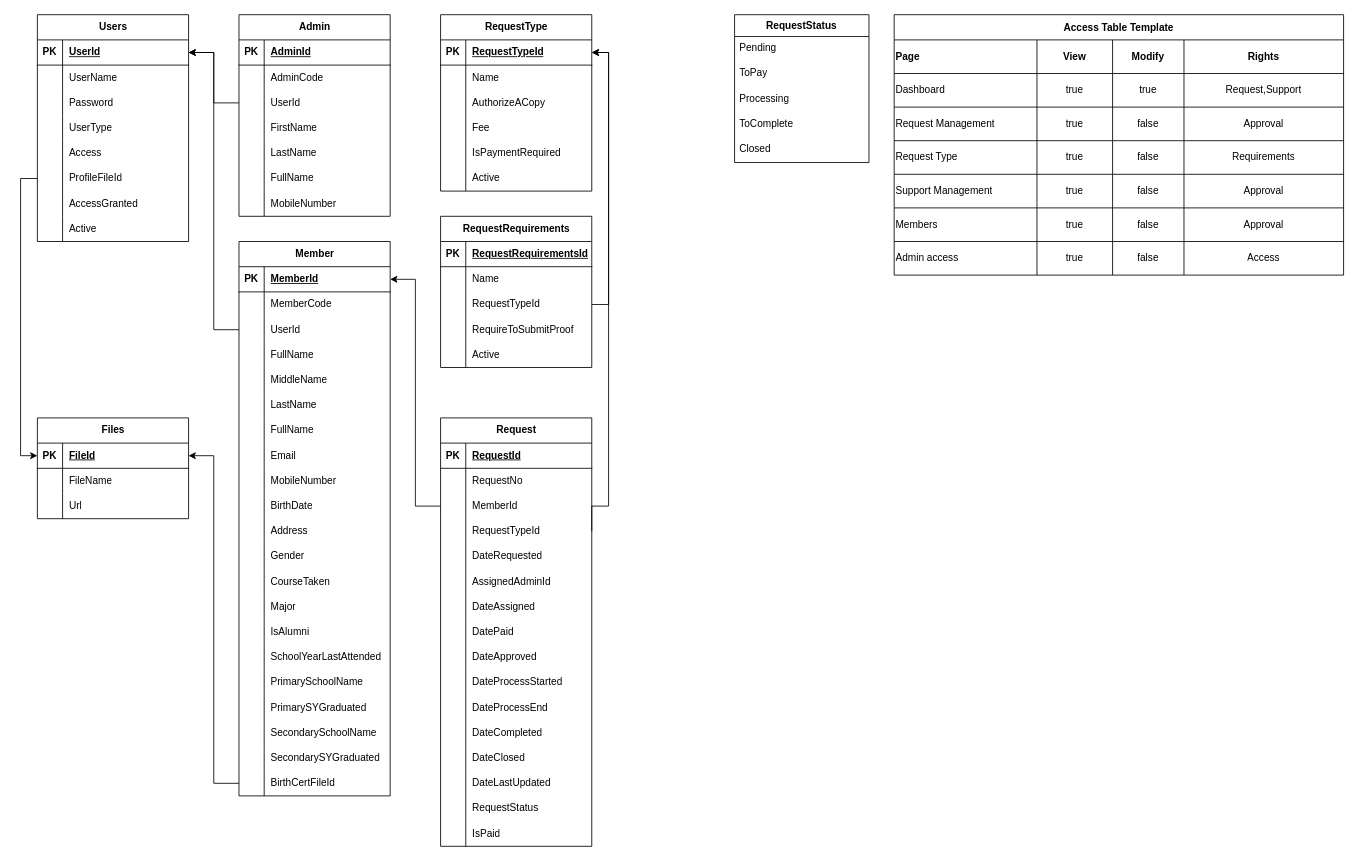
The draw.io diagram db/diagram.drawio in erwin-io/kioskregistrar, before the edit. Source tidied: cells renumbered, new cells numbered last; positions are measured from the earlier drawing's top-left corner, leaving out a move shared by most shapes. Both pictures are drawn from the tidied source at 84%, with x=0, y=0 at pixel (20, 14).
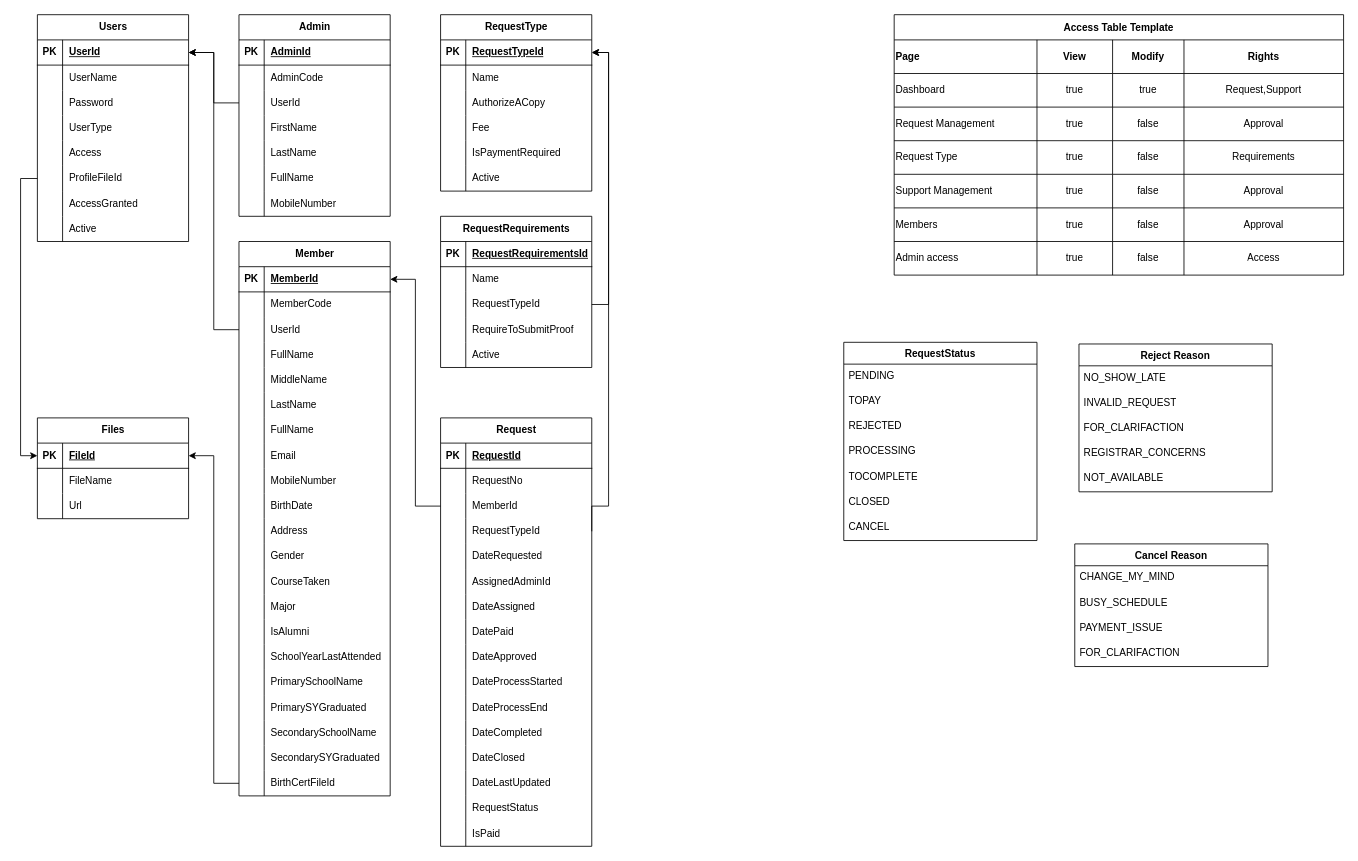
The same diagram, later.

What changed in the source:
```diff
@@
-    <mxCell id="212" value="RequestStatus" style="swimlane;fontStyle=1;horizontal=1;startSize=26;align=center;fontSize=12;" parent="1" vertex="1">
-      <mxGeometry x="850" width="160" height="176" as="geometry" />
-    </mxCell>
-    <mxCell id="213" value="Pending" style="text;strokeColor=none;fillColor=none;spacingLeft=4;spacingRight=4;overflow=hidden;fontSize=12;whiteSpace=wrap;html=1;" parent="212" vertex="1">
-      <mxGeometry y="26" width="160" height="30" as="geometry" />
-    </mxCell>
-    <mxCell id="214" value="ToPay" style="text;strokeColor=none;fillColor=none;spacingLeft=4;spacingRight=4;overflow=hidden;fontSize=12;whiteSpace=wrap;html=1;" parent="212" vertex="1">
-      <mxGeometry y="56" width="160" height="30" as="geometry" />
-    </mxCell>
-    <mxCell id="215" value="Processing" style="text;strokeColor=none;fillColor=none;spacingLeft=4;spacingRight=4;overflow=hidden;fontSize=12;whiteSpace=wrap;html=1;" parent="212" vertex="1">
-      <mxGeometry y="86" width="160" height="30" as="geometry" />
-    </mxCell>
-    <mxCell id="216" value="ToComplete" style="text;strokeColor=none;fillColor=none;spacingLeft=4;spacingRight=4;overflow=hidden;fontSize=12;whiteSpace=wrap;html=1;" parent="212" vertex="1">
-      <mxGeometry y="116" width="160" height="30" as="geometry" />
-    </mxCell>
-    <mxCell id="217" value="Closed" style="text;strokeColor=none;fillColor=none;spacingLeft=4;spacingRight=4;overflow=hidden;fontSize=12;whiteSpace=wrap;html=1;" parent="212" vertex="1">
-      <mxGeometry y="146" width="160" height="30" as="geometry" />
-    </mxCell>
@@
+    <mxCell id="212" value="RequestStatus" style="swimlane;fontStyle=1;horizontal=1;startSize=26;align=center;fontSize=12;" parent="1" vertex="1">
+      <mxGeometry x="980" y="390" width="230" height="236" as="geometry" />
+    </mxCell>
+    <mxCell id="256" value="PENDING" style="text;strokeColor=none;fillColor=none;spacingLeft=4;spacingRight=4;overflow=hidden;fontSize=12;whiteSpace=wrap;html=1;" parent="212" vertex="1">
+      <mxGeometry y="26" width="230" height="30" as="geometry" />
+    </mxCell>
+    <mxCell id="257" value="TOPAY" style="text;strokeColor=none;fillColor=none;spacingLeft=4;spacingRight=4;overflow=hidden;fontSize=12;whiteSpace=wrap;html=1;" parent="212" vertex="1">
+      <mxGeometry y="56" width="230" height="30" as="geometry" />
+    </mxCell>
+    <mxCell id="258" value="REJECTED" style="text;strokeColor=none;fillColor=none;spacingLeft=4;spacingRight=4;overflow=hidden;fontSize=12;whiteSpace=wrap;html=1;" parent="212" vertex="1">
+      <mxGeometry y="86" width="230" height="30" as="geometry" />
+    </mxCell>
+    <mxCell id="259" value="PROCESSING" style="text;strokeColor=none;fillColor=none;spacingLeft=4;spacingRight=4;overflow=hidden;fontSize=12;whiteSpace=wrap;html=1;" parent="212" vertex="1">
+      <mxGeometry y="116" width="230" height="30" as="geometry" />
+    </mxCell>
+    <mxCell id="260" value="TOCOMPLETE" style="text;strokeColor=none;fillColor=none;spacingLeft=4;spacingRight=4;overflow=hidden;fontSize=12;whiteSpace=wrap;html=1;" parent="212" vertex="1">
+      <mxGeometry y="146" width="230" height="30" as="geometry" />
+    </mxCell>
+    <mxCell id="261" value="CLOSED" style="text;strokeColor=none;fillColor=none;spacingLeft=4;spacingRight=4;overflow=hidden;fontSize=12;whiteSpace=wrap;html=1;" parent="212" vertex="1">
+      <mxGeometry y="176" width="230" height="30" as="geometry" />
+    </mxCell>
+    <mxCell id="262" value="CANCEL" style="text;strokeColor=none;fillColor=none;spacingLeft=4;spacingRight=4;overflow=hidden;fontSize=12;whiteSpace=wrap;html=1;" parent="212" vertex="1">
+      <mxGeometry y="206" width="230" height="30" as="geometry" />
+    </mxCell>
+    <mxCell id="263" value="Reject Reason" style="swimlane;fontStyle=1;horizontal=1;startSize=26;align=center;fontSize=12;" parent="1" vertex="1">
+      <mxGeometry x="1260" y="392" width="230" height="176" as="geometry" />
+    </mxCell>
+    <mxCell id="264" value="NO_SHOW_LATE" style="text;strokeColor=none;fillColor=none;spacingLeft=4;spacingRight=4;overflow=hidden;fontSize=12;whiteSpace=wrap;html=1;" parent="263" vertex="1">
+      <mxGeometry y="26" width="230" height="30" as="geometry" />
+    </mxCell>
+    <mxCell id="265" value="INVALID_REQUEST" style="text;strokeColor=none;fillColor=none;spacingLeft=4;spacingRight=4;overflow=hidden;fontSize=12;whiteSpace=wrap;html=1;" parent="263" vertex="1">
+      <mxGeometry y="56" width="230" height="30" as="geometry" />
+    </mxCell>
+    <mxCell id="266" value="FOR_CLARIFACTION" style="text;strokeColor=none;fillColor=none;spacingLeft=4;spacingRight=4;overflow=hidden;fontSize=12;whiteSpace=wrap;html=1;" parent="263" vertex="1">
+      <mxGeometry y="86" width="230" height="30" as="geometry" />
+    </mxCell>
+    <mxCell id="267" value="REGISTRAR_CONCERNS" style="text;strokeColor=none;fillColor=none;spacingLeft=4;spacingRight=4;overflow=hidden;fontSize=12;whiteSpace=wrap;html=1;" parent="263" vertex="1">
+      <mxGeometry y="116" width="230" height="30" as="geometry" />
+    </mxCell>
+    <mxCell id="268" value="NOT_AVAILABLE" style="text;strokeColor=none;fillColor=none;spacingLeft=4;spacingRight=4;overflow=hidden;fontSize=12;whiteSpace=wrap;html=1;" parent="263" vertex="1">
+      <mxGeometry y="146" width="230" height="30" as="geometry" />
+    </mxCell>
+    <mxCell id="269" value="Cancel Reason" style="swimlane;fontStyle=1;horizontal=1;startSize=26;align=center;fontSize=12;" parent="1" vertex="1">
+      <mxGeometry x="1255" y="630" width="230" height="146" as="geometry" />
+    </mxCell>
+    <mxCell id="270" value="CHANGE_MY_MIND" style="text;strokeColor=none;fillColor=none;spacingLeft=4;spacingRight=4;overflow=hidden;fontSize=12;whiteSpace=wrap;html=1;" parent="269" vertex="1">
+      <mxGeometry y="26" width="230" height="30" as="geometry" />
+    </mxCell>
+    <mxCell id="271" value="BUSY_SCHEDULE" style="text;strokeColor=none;fillColor=none;spacingLeft=4;spacingRight=4;overflow=hidden;fontSize=12;whiteSpace=wrap;html=1;" parent="269" vertex="1">
+      <mxGeometry y="56" width="230" height="30" as="geometry" />
+    </mxCell>
+    <mxCell id="272" value="PAYMENT_ISSUE" style="text;strokeColor=none;fillColor=none;spacingLeft=4;spacingRight=4;overflow=hidden;fontSize=12;whiteSpace=wrap;html=1;" parent="269" vertex="1">
+      <mxGeometry y="86" width="230" height="30" as="geometry" />
+    </mxCell>
+    <mxCell id="273" value="FOR_CLARIFACTION" style="text;strokeColor=none;fillColor=none;spacingLeft=4;spacingRight=4;overflow=hidden;fontSize=12;whiteSpace=wrap;html=1;" parent="269" vertex="1">
+      <mxGeometry y="116" width="230" height="30" as="geometry" />
+    </mxCell>
```
